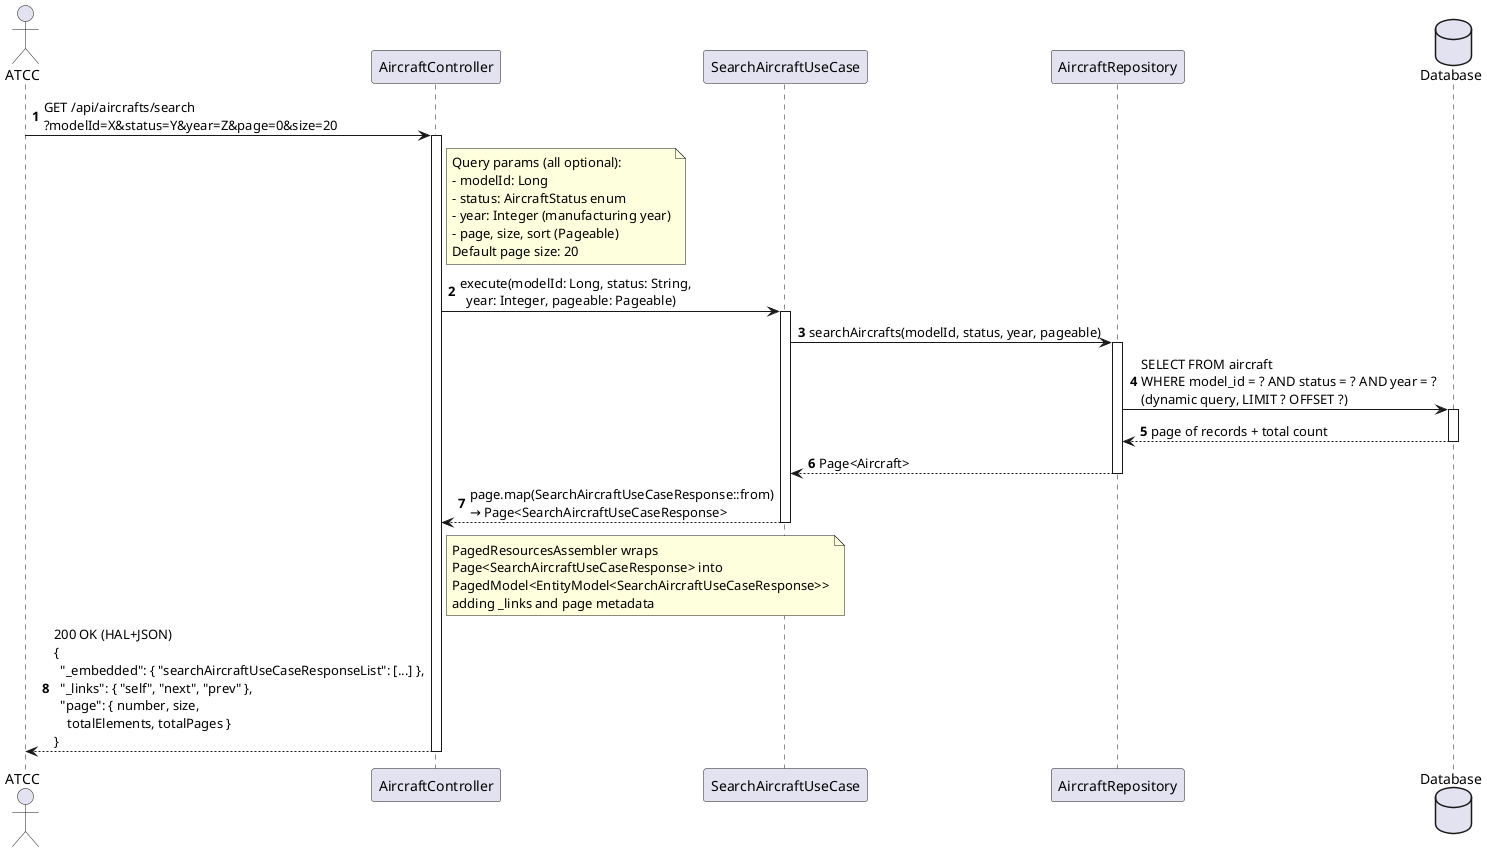
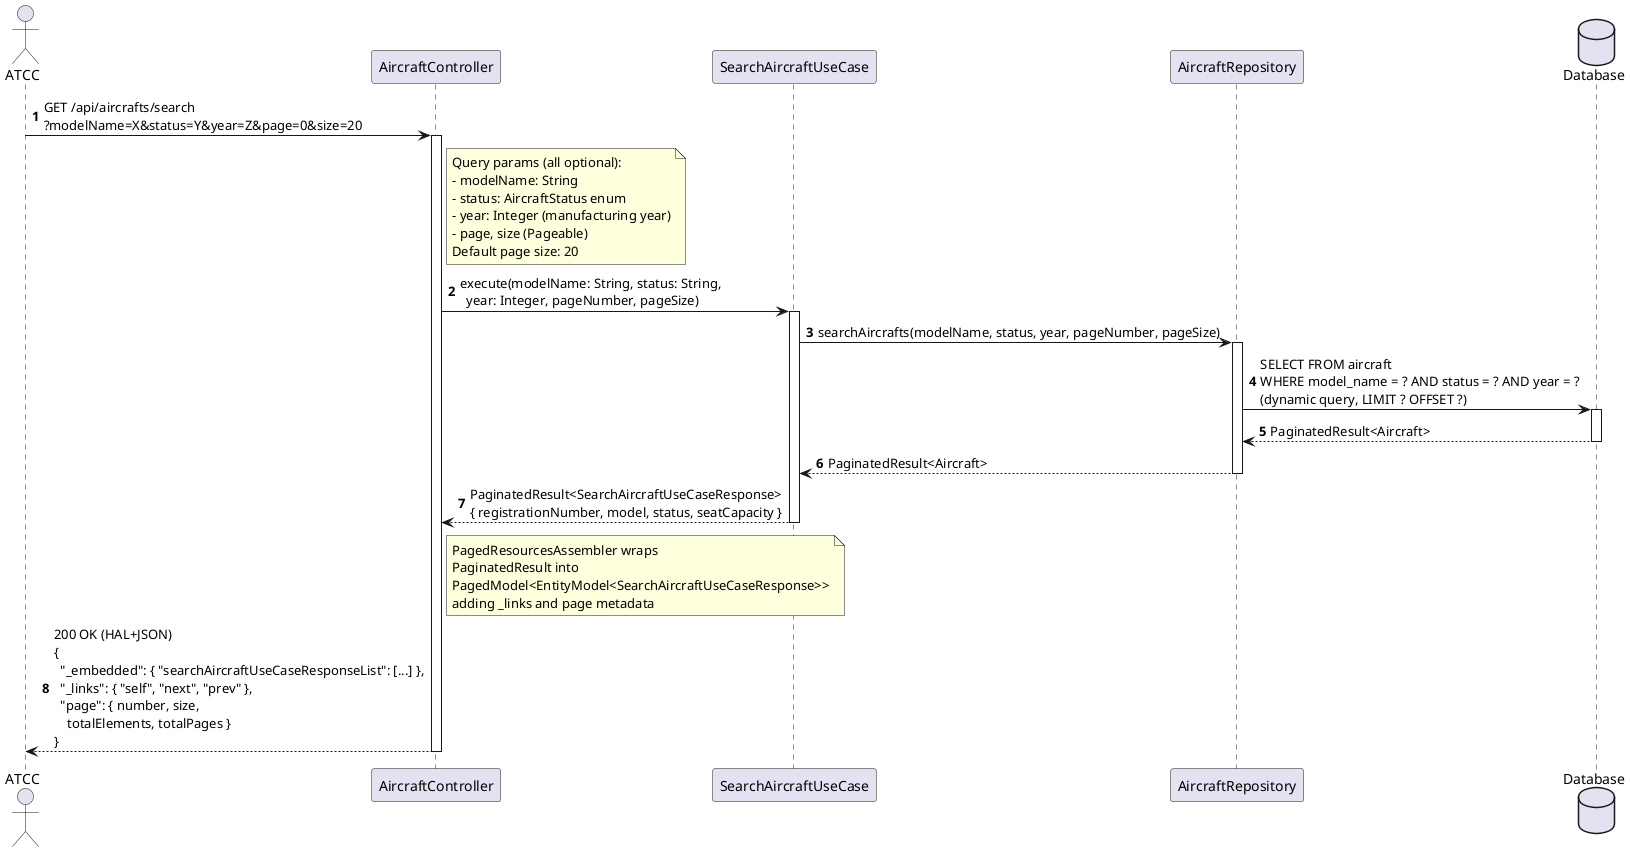
@startuml
autonumber
actor "ATCC" as ATCC
participant "AircraftController" as Ctrl
participant "SearchAircraftUseCase" as UC
participant "AircraftRepository" as Repo
database "Database" as DB

- ATCC -> Ctrl : GET /api/aircrafts/search\n?modelId=X&status=Y&year=Z&page=0&size=20
+ ATCC -> Ctrl : GET /api/aircrafts/search\n?modelName=X&status=Y&year=Z&page=0&size=20
activate Ctrl

note right of Ctrl
  Query params (all optional):
-   - modelId: Long
+   - modelName: String
  - status: AircraftStatus enum
  - year: Integer (manufacturing year)
-   - page, size, sort (Pageable)
+   - page, size (Pageable)
  Default page size: 20
end note

- Ctrl -> UC : execute(modelId: Long, status: String,\n  year: Integer, pageable: Pageable)
+ Ctrl -> UC : execute(modelName: String, status: String,\n  year: Integer, pageNumber, pageSize)
activate UC

- UC -> Repo : searchAircrafts(modelId, status, year, pageable)
+ UC -> Repo : searchAircrafts(modelName, status, year, pageNumber, pageSize)
activate Repo
- Repo -> DB : SELECT FROM aircraft\nWHERE model_id = ? AND status = ? AND year = ?\n(dynamic query, LIMIT ? OFFSET ?)
+ Repo -> DB : SELECT FROM aircraft\nWHERE model_name = ? AND status = ? AND year = ?\n(dynamic query, LIMIT ? OFFSET ?)
activate DB
- DB --> Repo : page of records + total count
+ DB --> Repo : PaginatedResult<Aircraft>
deactivate DB
- Repo --> UC : Page<Aircraft>
+ Repo --> UC : PaginatedResult<Aircraft>
deactivate Repo

- UC --> Ctrl : page.map(SearchAircraftUseCaseResponse::from)\n→ Page<SearchAircraftUseCaseResponse>
+ UC --> Ctrl : PaginatedResult<SearchAircraftUseCaseResponse>\n{ registrationNumber, model, status, seatCapacity }
deactivate UC

note right of Ctrl
  PagedResourcesAssembler wraps
-   Page<SearchAircraftUseCaseResponse> into
+   PaginatedResult into
  PagedModel<EntityModel<SearchAircraftUseCaseResponse>>
  adding _links and page metadata
end note

ATCC <-- Ctrl : 200 OK (HAL+JSON)\n{\n  "_embedded": { "searchAircraftUseCaseResponseList": [...] },\n  "_links": { "self", "next", "prev" },\n  "page": { number, size,\n    totalElements, totalPages }\n}
deactivate Ctrl
@enduml
